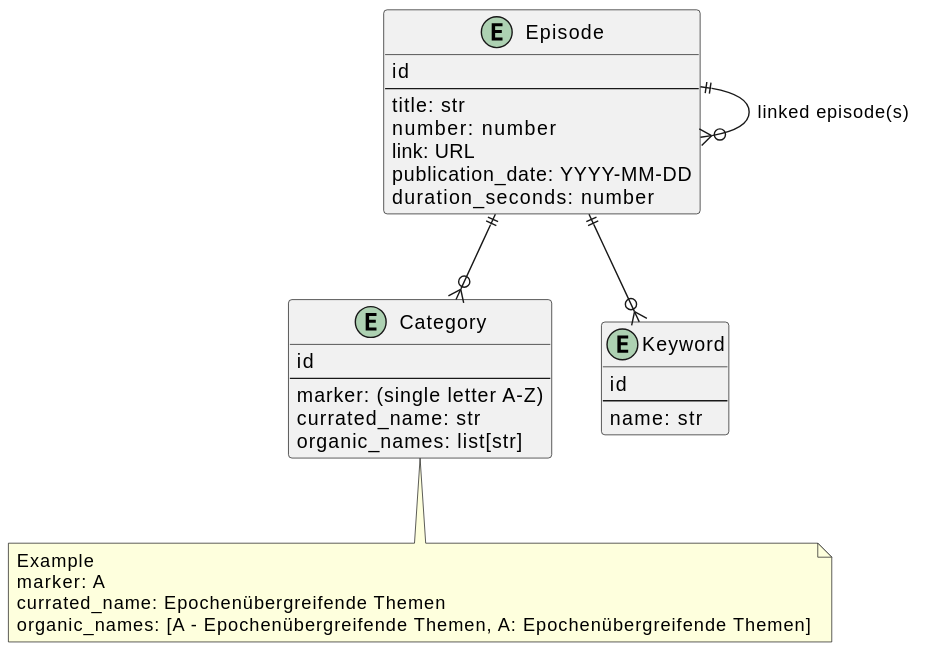
Above: doc/db-erd.svg in michaelrath-work/geschichte-eur0pas-podcast (PlantUML), before the change. Source of this version:
```plantuml
@startuml
entity "Episode" as episodeEntity {
  id
  ---
  title: str
  number: number
  link: URL
  publication_date: YYYY-MM-DD
  duration_seconds: number
}

entity "Category" as categoryEntity {
  id
  ---
  marker: (single letter A-Z)
  currated_name: str
  organic_names: list[str]
}

note bottom {
Example
marker: A
currated_name: Epochenübergreifende Themen
organic_names:  [A - Epochenübergreifende Themen, A: Epochenübergreifende Themen]
}

entity "Keyword" as keywordEntity {
  id
  ---
  name: str
}


episodeEntity ||--o{ categoryEntity
episodeEntity ||--o{ keywordEntity
episodeEntity ||--o{ episodeEntity: linked episode(s)
@enduml
```
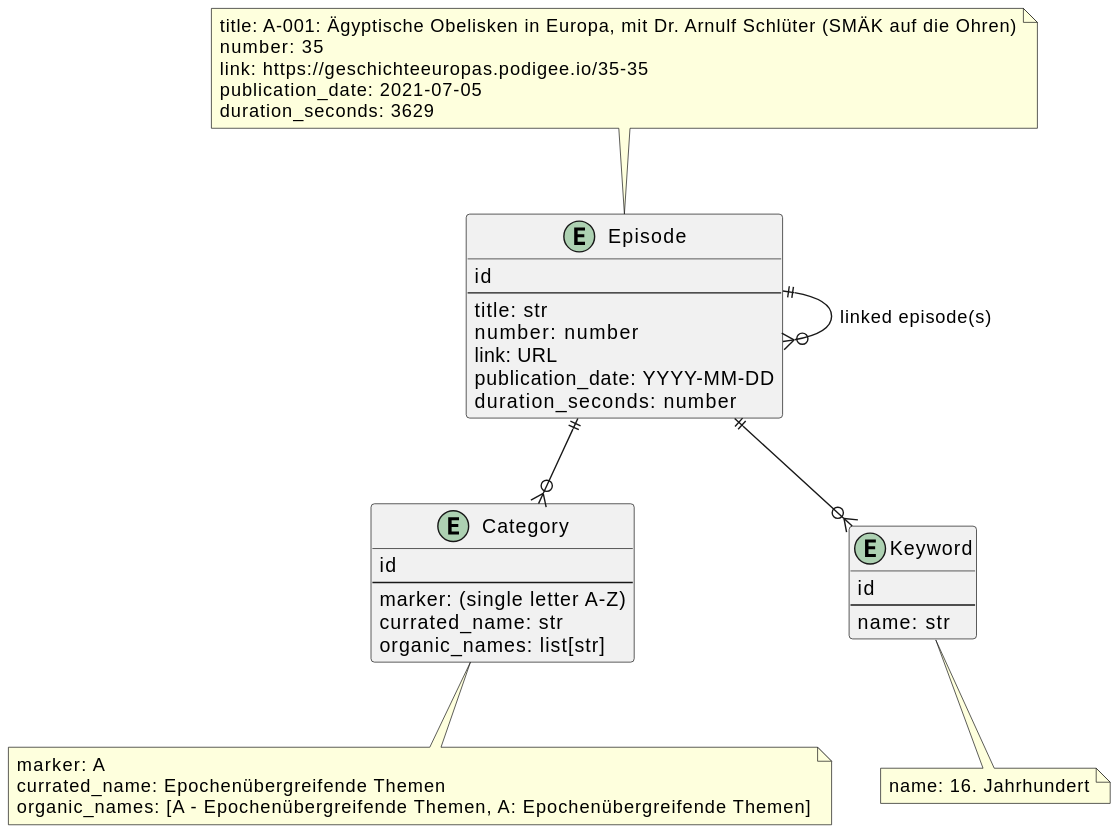
After the commit.

Commit message:
GEP-007: provide examples

Change to the diagram source:
```diff
@@ -9,6 +9,14 @@
   duration_seconds: number
 }
 
+note top {
+  title: A-001: Ägyptische Obelisken in Europa, mit Dr. Arnulf Schlüter (SMÄK auf die Ohren)
+  number: 35
+  link: https://geschichteeuropas.podigee.io/35-35
+  publication_date: 2021-07-05
+  duration_seconds: 3629
+}
+
 entity "Category" as categoryEntity {
   id
   ---
@@ -18,7 +26,6 @@
 }
 
 note bottom {
-Example
 marker: A
 currated_name: Epochenübergreifende Themen
 organic_names:  [A - Epochenübergreifende Themen, A: Epochenübergreifende Themen]
@@ -30,6 +37,10 @@
   name: str
 }
 
+note bottom {
+  name: 16. Jahrhundert
+}
+
 
 episodeEntity ||--o{ categoryEntity
 episodeEntity ||--o{ keywordEntity
```
